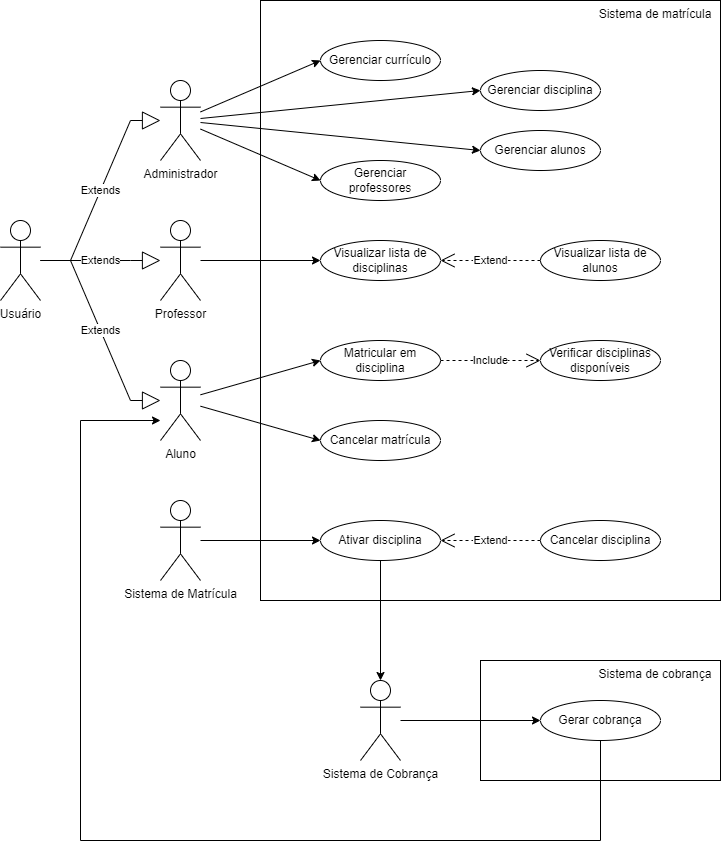
The draw.io diagram projeto/Diagrama de caso de uso.drawio.png in jullysilva/Lab-Project-Software, before a commit. Source tidied: cells renumbered, new cells last; positions are measured from the earlier drawing's top-left corner, leaving out a move shared by most shapes.
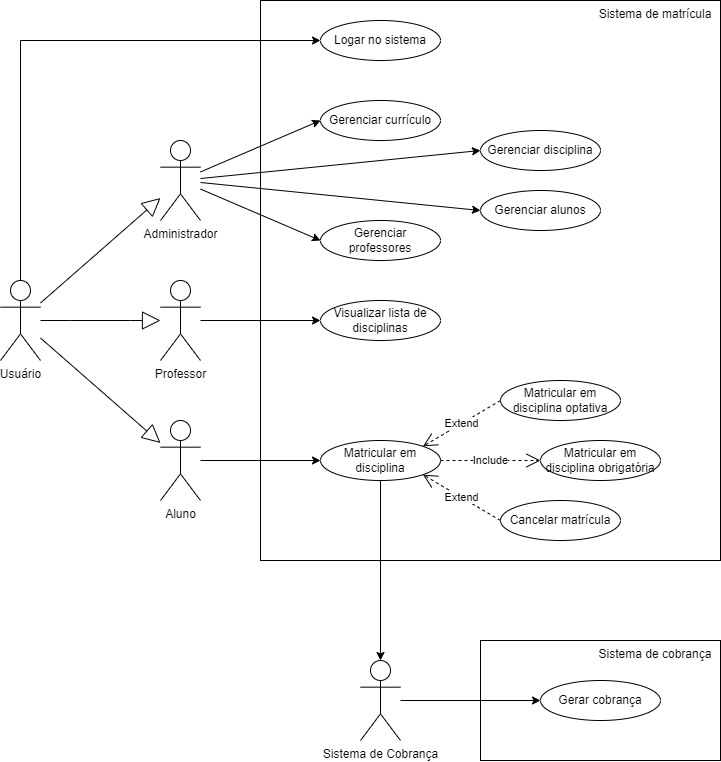
After the change.

Commit message:
Correção conforme comentários do professor

Diff of the diagram source:
```diff
@@ -3,11 +3,14 @@
     <mxCell id="0" />
     <mxCell id="1" parent="0" />
     <mxCell id="2" value="Sistema de cobrança&amp;nbsp;&amp;nbsp;" style="rounded=0;whiteSpace=wrap;html=1;align=right;verticalAlign=top;" parent="1" vertex="1">
-      <mxGeometry x="480" y="660" width="240" height="120" as="geometry" />
+      <mxGeometry x="480" y="580" width="240" height="120" as="geometry" />
     </mxCell>
     <mxCell id="3" value="Sistema de matrícula&amp;nbsp;&amp;nbsp;" style="rounded=0;whiteSpace=wrap;html=1;align=right;verticalAlign=top;" parent="1" vertex="1">
-      <mxGeometry x="260" width="460" height="600" as="geometry" />
+      <mxGeometry x="260" y="-60" width="460" height="560" as="geometry" />
     </mxCell>
+    <mxCell id="39" style="rounded=0;jettySize=auto;html=1;entryX=0;entryY=0.5;entryDx=0;entryDy=0;edgeStyle=orthogonalEdgeStyle;exitX=0.5;exitY=0;exitDx=0;exitDy=0;exitPerimeter=0;" parent="1" edge="1" source="4" target="40">
+      <mxGeometry relative="1" as="geometry" />
+    </mxCell>
     <mxCell id="4" value="Usuário" style="shape=umlActor;verticalLabelPosition=bottom;verticalAlign=top;html=1;outlineConnect=0;" parent="1" vertex="1">
       <mxGeometry y="220" width="40" height="80" as="geometry" />
     </mxCell>
@@ -20,9 +23,6 @@
     <mxCell id="7" style="edgeStyle=none;rounded=0;jettySize=auto;html=1;entryX=0;entryY=0.5;entryDx=0;entryDy=0;" parent="1" edge="1" source="9" target="24">
       <mxGeometry relative="1" as="geometry" />
     </mxCell>
-    <mxCell id="8" style="edgeStyle=none;rounded=0;jettySize=auto;html=1;entryX=0;entryY=0.5;entryDx=0;entryDy=0;" parent="1" edge="1" source="9" target="25">
-      <mxGeometry relative="1" as="geometry" />
-    </mxCell>
     <mxCell id="9" value="Aluno" style="shape=umlActor;verticalLabelPosition=bottom;verticalAlign=top;html=1;outlineConnect=0;" parent="1" vertex="1">
       <mxGeometry x="160" y="360" width="40" height="80" as="geometry" />
     </mxCell>
@@ -41,17 +41,11 @@
     <mxCell id="14" value="Administrador" style="shape=umlActor;verticalLabelPosition=bottom;verticalAlign=top;html=1;outlineConnect=0;" parent="1" vertex="1">
       <mxGeometry x="160" y="80" width="40" height="80" as="geometry" />
     </mxCell>
-    <mxCell id="15" style="edgeStyle=none;rounded=0;jettySize=auto;html=1;entryX=0;entryY=0.5;entryDx=0;entryDy=0;" parent="1" edge="1" source="16" target="27">
-      <mxGeometry relative="1" as="geometry" />
-    </mxCell>
-    <mxCell id="16" value="Sistema de Matrícula" style="shape=umlActor;verticalLabelPosition=bottom;verticalAlign=top;html=1;outlineConnect=0;" parent="1" vertex="1">
-      <mxGeometry x="160" y="500" width="40" height="80" as="geometry" />
-    </mxCell>
     <mxCell id="17" style="edgeStyle=none;rounded=0;jettySize=auto;html=1;entryX=0;entryY=0.5;entryDx=0;entryDy=0;" parent="1" edge="1" source="18" target="29">
       <mxGeometry relative="1" as="geometry" />
     </mxCell>
     <mxCell id="18" value="Sistema de Cobrança" style="shape=umlActor;verticalLabelPosition=bottom;verticalAlign=top;html=1;outlineConnect=0;" parent="1" vertex="1">
-      <mxGeometry x="360" y="680" width="40" height="80" as="geometry" />
+      <mxGeometry x="360" y="600" width="40" height="80" as="geometry" />
     </mxCell>
     <mxCell id="19" value="Gerenciar currículo" style="ellipse;whiteSpace=wrap;html=1;" parent="1" vertex="1">
       <mxGeometry x="320" y="40" width="120" height="40" as="geometry" />
@@ -69,55 +63,43 @@
       <mxGeometry x="320" y="240" width="120" height="40" as="geometry" />
     </mxCell>
     <mxCell id="24" value="Matricular em disciplina" style="ellipse;whiteSpace=wrap;html=1;" parent="1" vertex="1">
-      <mxGeometry x="320" y="340" width="120" height="40" as="geometry" />
+      <mxGeometry x="320" y="380" width="120" height="40" as="geometry" />
     </mxCell>
-    <mxCell id="25" value="Cancelar matrícula" style="ellipse;whiteSpace=wrap;html=1;" parent="1" vertex="1">
-      <mxGeometry x="320" y="420" width="120" height="40" as="geometry" />
-    </mxCell>
-    <mxCell id="26" style="edgeStyle=none;rounded=0;jettySize=auto;html=1;entryX=0.5;entryY=0;entryDx=0;entryDy=0;entryPerimeter=0;" parent="1" edge="1" source="27" target="18">
+    <mxCell id="26" style="edgeStyle=none;rounded=0;jettySize=auto;html=1;entryX=0.5;entryY=0;entryDx=0;entryDy=0;entryPerimeter=0;" parent="1" edge="1" source="24" target="18">
       <mxGeometry relative="1" as="geometry" />
     </mxCell>
-    <mxCell id="27" value="Ativar disciplina" style="ellipse;whiteSpace=wrap;html=1;" parent="1" vertex="1">
-      <mxGeometry x="320" y="520" width="120" height="40" as="geometry" />
-    </mxCell>
-    <mxCell id="28" style="edgeStyle=orthogonalEdgeStyle;rounded=0;jettySize=auto;html=1;" parent="1" edge="1" source="29" target="9">
-      <mxGeometry relative="1" as="geometry">
-        <Array as="points">
-          <mxPoint x="600" y="840" />
-          <mxPoint x="80" y="840" />
-          <mxPoint x="80" y="420" />
-        </Array>
-      </mxGeometry>
-    </mxCell>
     <mxCell id="29" value="Gerar cobrança" style="ellipse;whiteSpace=wrap;html=1;" parent="1" vertex="1">
-      <mxGeometry x="540" y="700" width="120" height="40" as="geometry" />
+      <mxGeometry x="540" y="620" width="120" height="40" as="geometry" />
     </mxCell>
-    <mxCell id="30" value="Verificar disciplinas disponíveis" style="ellipse;whiteSpace=wrap;html=1;" parent="1" vertex="1">
-      <mxGeometry x="540" y="340" width="120" height="40" as="geometry" />
+    <mxCell id="30" value="Matricular em disciplina obrigatória" style="ellipse;whiteSpace=wrap;html=1;" parent="1" vertex="1">
+      <mxGeometry x="540" y="380" width="120" height="40" as="geometry" />
     </mxCell>
-    <mxCell id="31" value="Visualizar lista de alunos" style="ellipse;whiteSpace=wrap;html=1;" parent="1" vertex="1">
-      <mxGeometry x="540" y="240" width="120" height="40" as="geometry" />
-    </mxCell>
-    <mxCell id="32" value="Extend" style="endArrow=open;endSize=12;dashed=1;html=1;rounded=0;entryX=1;entryY=0.5;entryDx=0;entryDy=0;exitX=0;exitY=0.5;exitDx=0;exitDy=0;" parent="1" edge="1" source="31" target="23">
-      <mxGeometry relative="1" as="geometry" />
-    </mxCell>
     <mxCell id="33" value="Include" style="endArrow=open;endSize=12;dashed=1;html=1;rounded=0;entryX=0;entryY=0.5;entryDx=0;entryDy=0;exitX=1;exitY=0.5;exitDx=0;exitDy=0;" parent="1" edge="1" source="24" target="30">
       <mxGeometry relative="1" as="geometry" />
     </mxCell>
-    <mxCell id="34" value="Cancelar disciplina" style="ellipse;whiteSpace=wrap;html=1;" parent="1" vertex="1">
-      <mxGeometry x="540" y="520" width="120" height="40" as="geometry" />
-    </mxCell>
-    <mxCell id="35" value="Extend" style="endArrow=open;endSize=12;dashed=1;html=1;rounded=0;entryX=1;entryY=0.5;entryDx=0;entryDy=0;exitX=0;exitY=0.5;exitDx=0;exitDy=0;" parent="1" edge="1" source="34" target="27">
-      <mxGeometry relative="1" as="geometry" />
-    </mxCell>
-    <mxCell id="36" value="Extends" style="endArrow=block;endSize=16;endFill=0;html=1;rounded=0;edgeStyle=entityRelationEdgeStyle;" parent="1" edge="1" source="4" target="14">
+    <mxCell id="36" style="endArrow=block;endSize=16;endFill=0;html=1;rounded=0;" parent="1" edge="1" source="4" target="14">
       <mxGeometry relative="1" as="geometry" />
     </mxCell>
-    <mxCell id="37" value="Extends" style="endArrow=block;endSize=16;endFill=0;html=1;rounded=0;edgeStyle=entityRelationEdgeStyle;" parent="1" edge="1" source="4" target="6">
+    <mxCell id="37" style="endArrow=block;endSize=16;endFill=0;html=1;rounded=0;edgeStyle=entityRelationEdgeStyle;" parent="1" edge="1" source="4" target="6">
       <mxGeometry relative="1" as="geometry" />
     </mxCell>
-    <mxCell id="38" value="Extends" style="endArrow=block;endSize=16;endFill=0;html=1;rounded=0;edgeStyle=entityRelationEdgeStyle;" parent="1" edge="1" source="4" target="9">
+    <mxCell id="38" style="endArrow=block;endSize=16;endFill=0;html=1;rounded=0;" parent="1" edge="1" source="4" target="9">
       <mxGeometry relative="1" as="geometry" />
     </mxCell>
+    <mxCell id="40" value="Logar no sistema" style="ellipse;whiteSpace=wrap;html=1;" parent="1" vertex="1">
+      <mxGeometry x="320" y="-40" width="120" height="40" as="geometry" />
+    </mxCell>
+    <mxCell id="25" value="Cancelar matrícula" style="ellipse;whiteSpace=wrap;html=1;" parent="1" vertex="1">
+      <mxGeometry x="500" y="440" width="120" height="40" as="geometry" />
+    </mxCell>
+    <mxCell id="41" value="Extend" style="endArrow=open;endSize=12;dashed=1;html=1;rounded=0;entryX=1;entryY=1;entryDx=0;entryDy=0;exitX=0;exitY=0.5;exitDx=0;exitDy=0;" parent="1" edge="1" source="25" target="24">
+      <mxGeometry relative="1" as="geometry" />
+    </mxCell>
+    <mxCell id="42" value="Matricular em disciplina optativa" style="ellipse;whiteSpace=wrap;html=1;" parent="1" vertex="1">
+      <mxGeometry x="500" y="320" width="120" height="40" as="geometry" />
+    </mxCell>
+    <mxCell id="43" value="Extend" style="endArrow=open;endSize=12;dashed=1;html=1;rounded=0;entryX=1;entryY=0;entryDx=0;entryDy=0;exitX=0;exitY=0.5;exitDx=0;exitDy=0;" parent="1" edge="1" source="42" target="24">
+      <mxGeometry relative="1" as="geometry" />
+    </mxCell>
   </root>
 </mxGraphModel>
```
